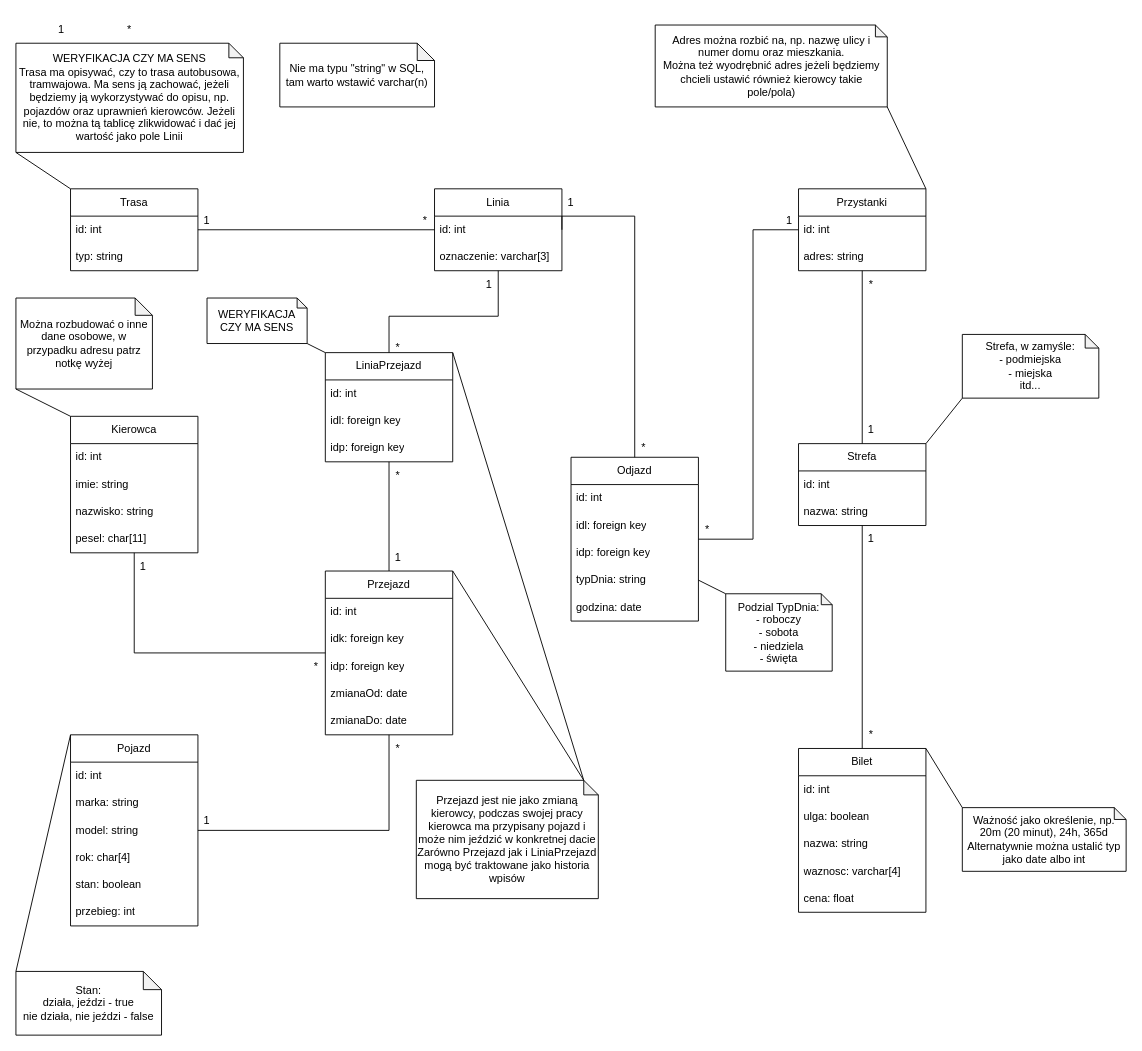
This is TableDiagram.drawio from Pietrzaaq/bus-base, a draw.io file, before an edit. Source tidied: cells renumbered, new cells numbered last; positions are measured from the earlier drawing's top-left corner, leaving out a move shared by most shapes. Both pictures are drawn from the tidied source at 91%, with x=0, y=0 at pixel (15, 15).
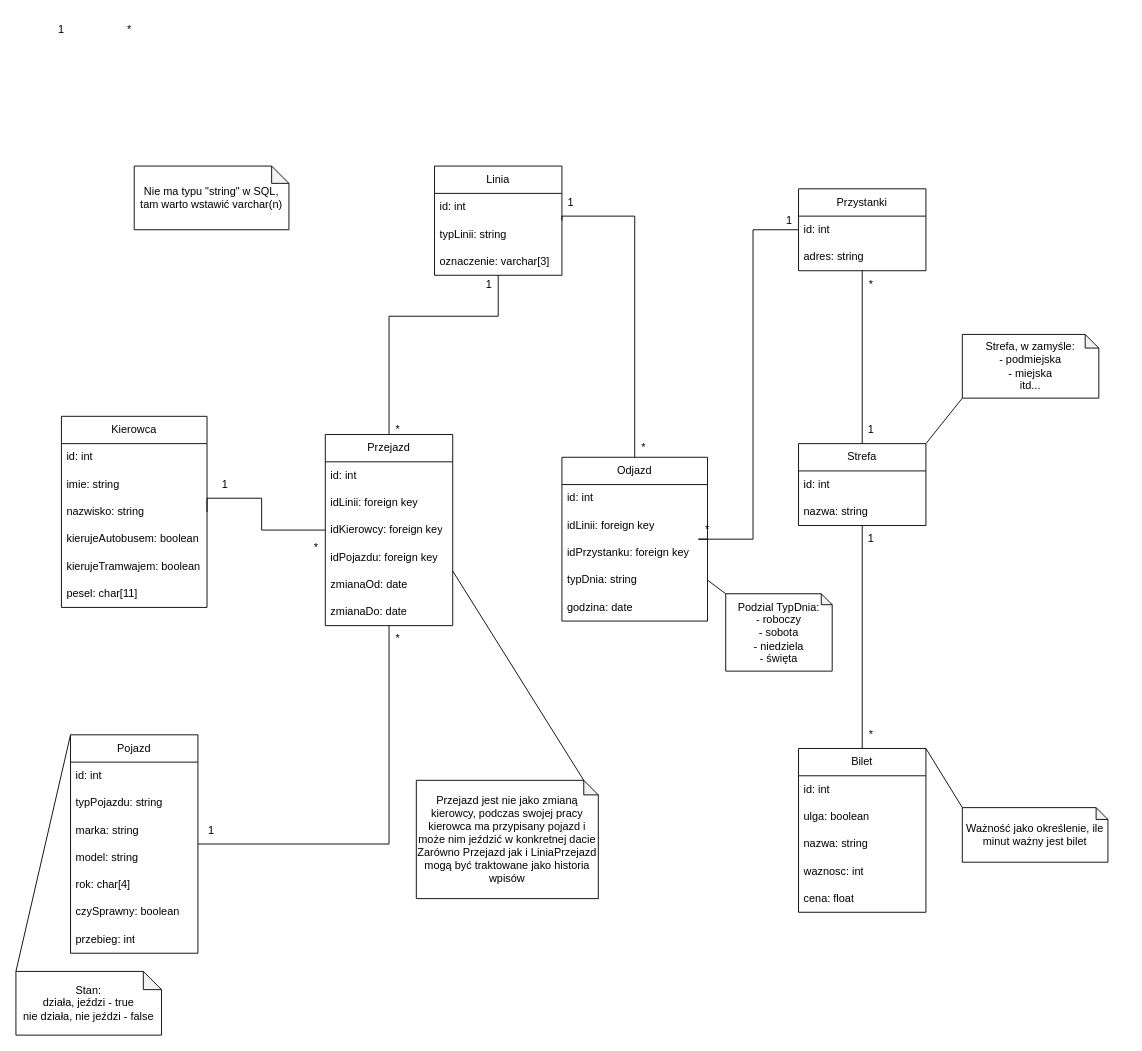
Above is the later version.

Commit message (it also covers changes not shown here):
fixup! doc: table diagram

Unchanged cells that the change refers to:
```xml
<mxCell id="12" value="Przystanki" style="swimlane;fontStyle=0;horizontal=1;startSize=30;whiteSpace=wrap;html=1;" parent="1" vertex="1">
  <mxGeometry x="860" y="190" width="140" height="90" as="geometry" />
</mxCell>
<mxCell id="23" value="Bilet" style="swimlane;fontStyle=0;horizontal=1;startSize=30;whiteSpace=wrap;html=1;" parent="1" vertex="1">
  <mxGeometry x="860" y="805" width="140" height="180" as="geometry" />
</mxCell>
<mxCell id="86" value="Przejazd jest nie jako zmianą kierowcy, podczas swojej pracy kierowca ma przypisany pojazd i może nim jeździć w konkretnej dacie&lt;br&gt;Zarówno Przejazd jak i LiniaPrzejazd mogą być traktowane jako historia wpisów" style="shape=note;whiteSpace=wrap;html=1;backgroundOutline=1;darkOpacity=0.05;size=16;" parent="1" vertex="1">
  <mxGeometry x="440" y="840" width="200" height="130" as="geometry" />
</mxCell>
```

Change to the diagram source:
```diff
@@
     <mxCell id="2" value="Linia" style="swimlane;fontStyle=0;horizontal=1;startSize=30;whiteSpace=wrap;html=1;" parent="1" vertex="1">
-      <mxGeometry x="460" y="190" width="140" height="90" as="geometry" />
+      <mxGeometry x="460" y="165" width="140" height="120" as="geometry" />
     </mxCell>
@@
+    <mxCell id="7" value="typLinii: string" style="text;strokeColor=none;fillColor=none;align=left;verticalAlign=middle;spacingLeft=4;spacingRight=4;overflow=hidden;whiteSpace=wrap;html=1;" parent="2" vertex="1">
+      <mxGeometry y="60" width="140" height="30" as="geometry" />
+    </mxCell>
     <mxCell id="4" value="oznaczenie: varchar[3]" style="text;strokeColor=none;fillColor=none;align=left;verticalAlign=middle;spacingLeft=4;spacingRight=4;overflow=hidden;whiteSpace=wrap;html=1;" parent="2" vertex="1">
-      <mxGeometry y="60" width="140" height="30" as="geometry" />
+      <mxGeometry y="90" width="140" height="30" as="geometry" />
     </mxCell>
-    <mxCell id="5" value="Trasa" style="swimlane;fontStyle=0;horizontal=1;startSize=30;whiteSpace=wrap;html=1;" parent="1" vertex="1">
-      <mxGeometry x="60" y="190" width="140" height="90" as="geometry" />
-    </mxCell>
-    <mxCell id="6" value="id: int" style="text;strokeColor=none;fillColor=none;align=left;verticalAlign=middle;spacingLeft=4;spacingRight=4;overflow=hidden;points=[[0,0.5],[1,0.5]];portConstraint=eastwest;whiteSpace=wrap;html=1;" parent="5" vertex="1">
-      <mxGeometry y="30" width="140" height="30" as="geometry" />
-    </mxCell>
-    <mxCell id="7" value="typ: string" style="text;strokeColor=none;fillColor=none;align=left;verticalAlign=middle;spacingLeft=4;spacingRight=4;overflow=hidden;whiteSpace=wrap;html=1;" parent="5" vertex="1">
-      <mxGeometry y="60" width="140" height="30" as="geometry" />
-    </mxCell>
     <mxCell id="8" value="Nie ma typu &quot;string&quot; w SQL, tam warto wstawić varchar(n)" style="shape=note;whiteSpace=wrap;html=1;backgroundOutline=1;darkOpacity=0.05;size=19;" parent="1" vertex="1">
-      <mxGeometry x="290" y="30" width="170" height="70" as="geometry" />
+      <mxGeometry x="130" y="165" width="170" height="70" as="geometry" />
     </mxCell>
-    <mxCell id="9" style="edgeStyle=orthogonalEdgeStyle;rounded=0;jettySize=auto;html=1;endArrow=none;endFill=0;exitX=0;exitY=0.5;exitDx=0;exitDy=0;" parent="1" edge="1" source="2" target="6">
-      <mxGeometry relative="1" as="geometry" />
-    </mxCell>
@@
-    <mxCell id="15" value="Adres można rozbić na, np. nazwę ulicy i numer domu oraz mieszkania.&lt;br&gt;Można też wyodrębnić adres jeżeli będziemy chcieli ustawić również kierowcy takie pole/pola)" style="shape=note;whiteSpace=wrap;html=1;backgroundOutline=1;darkOpacity=0.05;size=13;" parent="1" vertex="1">
-      <mxGeometry x="702.5" y="10" width="255" height="90" as="geometry" />
-    </mxCell>
-    <mxCell id="16" style="endArrow=none;html=1;rounded=0;entryX=1;entryY=1;entryDx=0;entryDy=0;entryPerimeter=0;exitX=1;exitY=0;exitDx=0;exitDy=0;" parent="1" edge="1" source="12" target="15">
-      <mxGeometry relative="1" as="geometry" />
-    </mxCell>
@@
-    <mxCell id="27" value="waznosc: varchar[4]" style="text;strokeColor=none;fillColor=none;align=left;verticalAlign=middle;spacingLeft=4;spacingRight=4;overflow=hidden;whiteSpace=wrap;html=1;" parent="23" vertex="1">
+    <mxCell id="27" value="waznosc: int" style="text;strokeColor=none;fillColor=none;align=left;verticalAlign=middle;spacingLeft=4;spacingRight=4;overflow=hidden;whiteSpace=wrap;html=1;" parent="23" vertex="1">
       <mxGeometry y="120" width="140" height="30" as="geometry" />
     </mxCell>
@@
     <mxCell id="31" value="Kierowca" style="swimlane;fontStyle=0;horizontal=1;startSize=30;whiteSpace=wrap;html=1;" parent="1" vertex="1">
-      <mxGeometry x="60" y="440" width="140" height="150" as="geometry" />
+      <mxGeometry x="50" y="440" width="160" height="210" as="geometry" />
     </mxCell>
     <mxCell id="32" value="id: int" style="text;strokeColor=none;fillColor=none;align=left;verticalAlign=middle;spacingLeft=4;spacingRight=4;overflow=hidden;whiteSpace=wrap;html=1;" parent="31" vertex="1">
-      <mxGeometry y="30" width="140" height="30" as="geometry" />
+      <mxGeometry y="30" width="160" height="30" as="geometry" />
     </mxCell>
     <mxCell id="33" value="imie: string" style="text;strokeColor=none;fillColor=none;align=left;verticalAlign=middle;spacingLeft=4;spacingRight=4;overflow=hidden;whiteSpace=wrap;html=1;" parent="31" vertex="1">
-      <mxGeometry y="60" width="140" height="30" as="geometry" />
+      <mxGeometry y="60" width="160" height="30" as="geometry" />
     </mxCell>
     <mxCell id="34" value="nazwisko: string" style="text;strokeColor=none;fillColor=none;align=left;verticalAlign=middle;spacingLeft=4;spacingRight=4;overflow=hidden;whiteSpace=wrap;html=1;" parent="31" vertex="1">
-      <mxGeometry y="90" width="140" height="30" as="geometry" />
+      <mxGeometry y="90" width="160" height="30" as="geometry" />
     </mxCell>
+    <mxCell id="97" value="kierujeAutobusem: boolean" style="text;strokeColor=none;fillColor=none;align=left;verticalAlign=middle;spacingLeft=4;spacingRight=4;overflow=hidden;whiteSpace=wrap;html=1;" parent="31" vertex="1">
+      <mxGeometry y="120" width="160" height="30" as="geometry" />
+    </mxCell>
+    <mxCell id="98" value="kierujeTramwajem: boolean" style="text;strokeColor=none;fillColor=none;align=left;verticalAlign=middle;spacingLeft=4;spacingRight=4;overflow=hidden;whiteSpace=wrap;html=1;" parent="31" vertex="1">
+      <mxGeometry y="150" width="160" height="30" as="geometry" />
+    </mxCell>
     <mxCell id="35" value="pesel: char[11]" style="text;strokeColor=none;fillColor=none;align=left;verticalAlign=middle;spacingLeft=4;spacingRight=4;overflow=hidden;whiteSpace=wrap;html=1;" parent="31" vertex="1">
-      <mxGeometry y="120" width="140" height="30" as="geometry" />
+      <mxGeometry y="180" width="160" height="30" as="geometry" />
     </mxCell>
     <mxCell id="36" value="Pojazd" style="swimlane;fontStyle=0;horizontal=1;startSize=30;whiteSpace=wrap;html=1;" parent="1" vertex="1">
-      <mxGeometry x="60" y="790" width="140" height="210" as="geometry" />
+      <mxGeometry x="60" y="790" width="140" height="240" as="geometry" />
     </mxCell>
@@
+    <mxCell id="99" value="typPojazdu: string" style="text;strokeColor=none;fillColor=none;align=left;verticalAlign=middle;spacingLeft=4;spacingRight=4;overflow=hidden;whiteSpace=wrap;html=1;" parent="36" vertex="1">
+      <mxGeometry y="60" width="140" height="30" as="geometry" />
+    </mxCell>
     <mxCell id="38" value="marka: string" style="text;strokeColor=none;fillColor=none;align=left;verticalAlign=middle;spacingLeft=4;spacingRight=4;overflow=hidden;whiteSpace=wrap;html=1;" parent="36" vertex="1">
-      <mxGeometry y="60" width="140" height="30" as="geometry" />
+      <mxGeometry y="90" width="140" height="30" as="geometry" />
     </mxCell>
     <mxCell id="39" value="model: string" style="text;strokeColor=none;fillColor=none;align=left;verticalAlign=middle;spacingLeft=4;spacingRight=4;overflow=hidden;whiteSpace=wrap;html=1;" parent="36" vertex="1">
-      <mxGeometry y="90" width="140" height="30" as="geometry" />
+      <mxGeometry y="120" width="140" height="30" as="geometry" />
     </mxCell>
     <mxCell id="40" value="rok: char[4]" style="text;strokeColor=none;fillColor=none;align=left;verticalAlign=middle;spacingLeft=4;spacingRight=4;overflow=hidden;whiteSpace=wrap;html=1;" parent="36" vertex="1">
-      <mxGeometry y="120" width="140" height="30" as="geometry" />
+      <mxGeometry y="150" width="140" height="30" as="geometry" />
     </mxCell>
-    <mxCell id="41" value="stan: boolean" style="text;strokeColor=none;fillColor=none;align=left;verticalAlign=middle;spacingLeft=4;spacingRight=4;overflow=hidden;whiteSpace=wrap;html=1;" parent="36" vertex="1">
-      <mxGeometry y="150" width="140" height="30" as="geometry" />
+    <mxCell id="41" value="czySprawny: boolean" style="text;strokeColor=none;fillColor=none;align=left;verticalAlign=middle;spacingLeft=4;spacingRight=4;overflow=hidden;whiteSpace=wrap;html=1;" parent="36" vertex="1">
+      <mxGeometry y="180" width="140" height="30" as="geometry" />
     </mxCell>
     <mxCell id="42" value="przebieg: int" style="text;strokeColor=none;fillColor=none;align=left;verticalAlign=middle;spacingLeft=4;spacingRight=4;overflow=hidden;whiteSpace=wrap;html=1;" parent="36" vertex="1">
-      <mxGeometry y="180" width="140" height="30" as="geometry" />
+      <mxGeometry y="210" width="140" height="30" as="geometry" />
     </mxCell>
-    <mxCell id="43" style="edgeStyle=orthogonalEdgeStyle;rounded=0;jettySize=auto;html=1;endArrow=none;endFill=0;exitX=0.5;exitY=1;exitDx=0;exitDy=0;entryX=0.5;entryY=0;entryDx=0;entryDy=0;" parent="1" edge="1" source="50" target="44">
-      <mxGeometry relative="1" as="geometry" />
-    </mxCell>
     <mxCell id="44" value="Przejazd" style="swimlane;fontStyle=0;horizontal=1;startSize=30;whiteSpace=wrap;html=1;" parent="1" vertex="1">
-      <mxGeometry x="340" y="610" width="140" height="180" as="geometry" />
+      <mxGeometry x="340" y="460" width="140" height="210" as="geometry" />
     </mxCell>
@@
+    <mxCell id="52" value="idLinii: foreign key" style="text;strokeColor=none;fillColor=none;align=left;verticalAlign=middle;spacingLeft=4;spacingRight=4;overflow=hidden;whiteSpace=wrap;html=1;" parent="44" vertex="1">
+      <mxGeometry y="60" width="140" height="30" as="geometry" />
+    </mxCell>
-    <mxCell id="46" value="idk: foreign key" style="text;strokeColor=none;fillColor=none;align=left;verticalAlign=middle;spacingLeft=4;spacingRight=4;overflow=hidden;whiteSpace=wrap;html=1;" parent="44" vertex="1">
-      <mxGeometry y="60" width="140" height="30" as="geometry" />
+    <mxCell id="46" value="idKierowcy: foreign key" style="text;strokeColor=none;fillColor=none;align=left;verticalAlign=middle;spacingLeft=4;spacingRight=4;overflow=hidden;whiteSpace=wrap;html=1;" parent="44" vertex="1">
+      <mxGeometry y="90" width="140" height="30" as="geometry" />
     </mxCell>
-    <mxCell id="47" value="idp: foreign key" style="text;strokeColor=none;fillColor=none;align=left;verticalAlign=middle;spacingLeft=4;spacingRight=4;overflow=hidden;whiteSpace=wrap;html=1;" parent="44" vertex="1">
-      <mxGeometry y="90" width="140" height="30" as="geometry" />
+    <mxCell id="47" value="idPojazdu: foreign key" style="text;strokeColor=none;fillColor=none;align=left;verticalAlign=middle;spacingLeft=4;spacingRight=4;overflow=hidden;whiteSpace=wrap;html=1;" parent="44" vertex="1">
+      <mxGeometry y="120" width="140" height="30" as="geometry" />
     </mxCell>
     <mxCell id="48" value="zmianaOd: date" style="text;strokeColor=none;fillColor=none;align=left;verticalAlign=middle;spacingLeft=4;spacingRight=4;overflow=hidden;whiteSpace=wrap;html=1;" parent="44" vertex="1">
-      <mxGeometry y="120" width="140" height="30" as="geometry" />
+      <mxGeometry y="150" width="140" height="30" as="geometry" />
     </mxCell>
     <mxCell id="49" value="zmianaDo: date" style="text;strokeColor=none;fillColor=none;align=left;verticalAlign=middle;spacingLeft=4;spacingRight=4;overflow=hidden;whiteSpace=wrap;html=1;" parent="44" vertex="1">
-      <mxGeometry y="150" width="140" height="30" as="geometry" />
+      <mxGeometry y="180" width="140" height="30" as="geometry" />
     </mxCell>
-    <mxCell id="50" value="LiniaPrzejazd" style="swimlane;fontStyle=0;horizontal=1;startSize=30;whiteSpace=wrap;html=1;" parent="1" vertex="1">
-      <mxGeometry x="340" y="370" width="140" height="120" as="geometry" />
-    </mxCell>
-    <mxCell id="51" value="id: int" style="text;strokeColor=none;fillColor=none;align=left;verticalAlign=middle;spacingLeft=4;spacingRight=4;overflow=hidden;whiteSpace=wrap;html=1;" parent="50" vertex="1">
-      <mxGeometry y="30" width="140" height="30" as="geometry" />
-    </mxCell>
-    <mxCell id="52" value="idl: foreign key" style="text;strokeColor=none;fillColor=none;align=left;verticalAlign=middle;spacingLeft=4;spacingRight=4;overflow=hidden;whiteSpace=wrap;html=1;" parent="50" vertex="1">
-      <mxGeometry y="60" width="140" height="30" as="geometry" />
-    </mxCell>
-    <mxCell id="53" value="idp: foreign key" style="text;strokeColor=none;fillColor=none;align=left;verticalAlign=middle;spacingLeft=4;spacingRight=4;overflow=hidden;whiteSpace=wrap;html=1;" parent="50" vertex="1">
-      <mxGeometry y="90" width="140" height="30" as="geometry" />
-    </mxCell>
     <mxCell id="54" value="Odjazd" style="swimlane;fontStyle=0;horizontal=1;startSize=30;whiteSpace=wrap;html=1;" parent="1" vertex="1">
-      <mxGeometry x="610" y="485" width="140" height="180" as="geometry" />
+      <mxGeometry x="600" y="485" width="160" height="180" as="geometry" />
     </mxCell>
     <mxCell id="55" value="id: int" style="text;strokeColor=none;fillColor=none;align=left;verticalAlign=middle;spacingLeft=4;spacingRight=4;overflow=hidden;whiteSpace=wrap;html=1;" parent="54" vertex="1">
-      <mxGeometry y="30" width="140" height="30" as="geometry" />
+      <mxGeometry y="30" width="160" height="30" as="geometry" />
     </mxCell>
-    <mxCell id="56" value="idl: foreign key" style="text;strokeColor=none;fillColor=none;align=left;verticalAlign=middle;spacingLeft=4;spacingRight=4;overflow=hidden;whiteSpace=wrap;html=1;" parent="54" vertex="1">
-      <mxGeometry y="60" width="140" height="30" as="geometry" />
+    <mxCell id="56" value="idLinii: foreign key" style="text;strokeColor=none;fillColor=none;align=left;verticalAlign=middle;spacingLeft=4;spacingRight=4;overflow=hidden;whiteSpace=wrap;html=1;" parent="54" vertex="1">
+      <mxGeometry y="60" width="160" height="30" as="geometry" />
     </mxCell>
-    <mxCell id="57" value="idp: foreign key" style="text;strokeColor=none;fillColor=none;align=left;verticalAlign=middle;spacingLeft=4;spacingRight=4;overflow=hidden;whiteSpace=wrap;html=1;" parent="54" vertex="1">
-      <mxGeometry y="90" width="140" height="30" as="geometry" />
+    <mxCell id="57" value="idPrzystanku: foreign key" style="text;strokeColor=none;fillColor=none;align=left;verticalAlign=middle;spacingLeft=4;spacingRight=4;overflow=hidden;whiteSpace=wrap;html=1;" parent="54" vertex="1">
+      <mxGeometry y="90" width="160" height="30" as="geometry" />
     </mxCell>
     <mxCell id="58" value="typDnia: string" style="text;strokeColor=none;fillColor=none;align=left;verticalAlign=middle;spacingLeft=4;spacingRight=4;overflow=hidden;points=[[0,0.5],[1,0.5]];portConstraint=eastwest;whiteSpace=wrap;html=1;" parent="54" vertex="1">
-      <mxGeometry y="120" width="140" height="30" as="geometry" />
+      <mxGeometry y="120" width="160" height="30" as="geometry" />
     </mxCell>
     <mxCell id="59" value="godzina: date" style="text;strokeColor=none;fillColor=none;align=left;verticalAlign=middle;spacingLeft=4;spacingRight=4;overflow=hidden;whiteSpace=wrap;html=1;" parent="54" vertex="1">
-      <mxGeometry y="150" width="140" height="30" as="geometry" />
+      <mxGeometry y="150" width="160" height="30" as="geometry" />
     </mxCell>
-    <mxCell id="60" value="WERYFIKACJA CZY MA SENS&lt;br&gt;Trasa ma opisywać, czy to trasa autobusowa, tramwajowa. Ma sens ją zachować, jeżeli będziemy ją wykorzystywać do opisu, np. pojazdów oraz uprawnień kierowców. Jeżeli nie, to można tą tablicę zlikwidować i dać jej wartość jako pole Linii" style="shape=note;whiteSpace=wrap;html=1;backgroundOutline=1;darkOpacity=0.05;size=16;" parent="1" vertex="1">
-      <mxGeometry y="30" width="250" height="120" as="geometry" />
-    </mxCell>
-    <mxCell id="61" style="edgeStyle=orthogonalEdgeStyle;rounded=0;jettySize=auto;html=1;endArrow=none;endFill=0;entryX=0.5;entryY=1;entryDx=0;entryDy=0;exitX=0;exitY=0.5;exitDx=0;exitDy=0;" parent="1" edge="1" source="44" target="31">
-      <mxGeometry relative="1" as="geometry" />
+    <mxCell id="61" style="edgeStyle=orthogonalEdgeStyle;rounded=0;jettySize=auto;html=1;endArrow=none;endFill=0;entryX=1;entryY=0.5;entryDx=0;entryDy=0;exitX=0;exitY=0.5;exitDx=0;exitDy=0;" parent="1" edge="1" source="44" target="31">
+      <mxGeometry relative="1" as="geometry">
+        <Array as="points">
+          <mxPoint x="270" y="565" />
+          <mxPoint x="270" y="530" />
+        </Array>
+      </mxGeometry>
     </mxCell>
@@
-    <mxCell id="65" style="edgeStyle=orthogonalEdgeStyle;rounded=0;jettySize=auto;html=1;endArrow=none;endFill=0;exitX=0.5;exitY=1;exitDx=0;exitDy=0;entryX=0.5;entryY=0;entryDx=0;entryDy=0;" parent="1" edge="1" source="2" target="50">
+    <mxCell id="65" style="edgeStyle=orthogonalEdgeStyle;rounded=0;jettySize=auto;html=1;endArrow=none;endFill=0;exitX=0.5;exitY=1;exitDx=0;exitDy=0;entryX=0.5;entryY=0;entryDx=0;entryDy=0;" parent="1" edge="1" source="2" target="44">
       <mxGeometry relative="1" as="geometry">
         <Array as="points">
           <mxPoint x="530" y="330" />
           <mxPoint x="410" y="330" />
         </Array>
       </mxGeometry>
     </mxCell>
@@
-    <mxCell id="67" value="1" style="text;html=1;strokeColor=none;fillColor=none;align=center;verticalAlign=middle;whiteSpace=wrap;rounded=0;" parent="1" vertex="1">
-      <mxGeometry x="180" y="210" width="60" height="30" as="geometry" />
-    </mxCell>
-    <mxCell id="68" value="*" style="text;html=1;strokeColor=none;fillColor=none;align=center;verticalAlign=middle;whiteSpace=wrap;rounded=0;" parent="1" vertex="1">
-      <mxGeometry x="420" y="210" width="60" height="30" as="geometry" />
-    </mxCell>
-    <mxCell id="69" value="*" style="text;html=1;strokeColor=none;fillColor=none;align=center;verticalAlign=middle;whiteSpace=wrap;rounded=0;" parent="1" vertex="1">
-      <mxGeometry x="390" y="350" width="60" height="30" as="geometry" />
-    </mxCell>
@@
-    <mxCell id="71" value="1" style="text;html=1;strokeColor=none;fillColor=none;align=center;verticalAlign=middle;whiteSpace=wrap;rounded=0;" parent="1" vertex="1">
-      <mxGeometry x="390" y="580" width="60" height="30" as="geometry" />
-    </mxCell>
@@
     <mxCell id="74" value="1" style="text;html=1;strokeColor=none;fillColor=none;align=center;verticalAlign=middle;whiteSpace=wrap;rounded=0;" parent="1" vertex="1">
-      <mxGeometry x="110" y="590" width="60" height="30" as="geometry" />
+      <mxGeometry x="200" y="500" width="60" height="30" as="geometry" />
     </mxCell>
     <mxCell id="75" value="*" style="text;html=1;strokeColor=none;fillColor=none;align=center;verticalAlign=middle;whiteSpace=wrap;rounded=0;" parent="1" vertex="1">
-      <mxGeometry x="300" y="700" width="60" height="30" as="geometry" />
+      <mxGeometry x="320" y="570" width="20" height="30" as="geometry" />
     </mxCell>
     <mxCell id="76" value="*" style="text;html=1;strokeColor=none;fillColor=none;align=center;verticalAlign=middle;whiteSpace=wrap;rounded=0;" parent="1" vertex="1">
-      <mxGeometry x="390" y="490" width="60" height="30" as="geometry" />
+      <mxGeometry x="390" y="440" width="60" height="30" as="geometry" />
     </mxCell>
     <mxCell id="77" value="1" style="text;html=1;strokeColor=none;fillColor=none;align=center;verticalAlign=middle;whiteSpace=wrap;rounded=0;" parent="1" vertex="1">
-      <mxGeometry x="180" y="870" width="60" height="30" as="geometry" />
+      <mxGeometry x="185" y="880" width="60" height="30" as="geometry" />
     </mxCell>
@@
     <mxCell id="80" value="*" style="text;html=1;strokeColor=none;fillColor=none;align=center;verticalAlign=middle;whiteSpace=wrap;rounded=0;" parent="1" vertex="1">
-      <mxGeometry x="390" y="790" width="60" height="30" as="geometry" />
+      <mxGeometry x="390" y="670" width="60" height="30" as="geometry" />
     </mxCell>
-    <mxCell id="81" style="endArrow=none;html=1;rounded=0;entryX=0;entryY=1;entryDx=0;entryDy=0;entryPerimeter=0;exitX=0;exitY=0;exitDx=0;exitDy=0;" parent="1" edge="1" source="5" target="60">
-      <mxGeometry relative="1" as="geometry" />
-    </mxCell>
-    <mxCell id="82" value="Można rozbudować o inne dane osobowe, w przypadku adresu patrz notkę wyżej" style="shape=note;whiteSpace=wrap;html=1;backgroundOutline=1;darkOpacity=0.05;size=19;" parent="1" vertex="1">
-      <mxGeometry y="310" width="150" height="100" as="geometry" />
-    </mxCell>
-    <mxCell id="83" style="endArrow=none;html=1;rounded=0;entryX=0;entryY=1;entryDx=0;entryDy=0;entryPerimeter=0;exitX=0;exitY=0;exitDx=0;exitDy=0;" parent="1" edge="1" source="31" target="82">
-      <mxGeometry relative="1" as="geometry" />
-    </mxCell>
@@
-    <mxCell id="88" style="endArrow=none;html=1;rounded=0;entryX=1;entryY=0;entryDx=0;entryDy=0;exitX=0;exitY=0;exitDx=184;exitDy=0;exitPerimeter=0;" parent="1" edge="1" source="86" target="50">
-      <mxGeometry relative="1" as="geometry" />
-    </mxCell>
@@
-    <mxCell id="93" value="Ważność jako określenie, np. 20m (20 minut), 24h, 365d&lt;br&gt;Alternatywnie można ustalić typ jako date albo int" style="shape=note;whiteSpace=wrap;html=1;backgroundOutline=1;darkOpacity=0.05;size=13;" parent="1" vertex="1">
-      <mxGeometry x="1040" y="870" width="180" height="70" as="geometry" />
+    <mxCell id="93" value="Ważność jako określenie, ile minut ważny jest bilet" style="shape=note;whiteSpace=wrap;html=1;backgroundOutline=1;darkOpacity=0.05;size=13;" parent="1" vertex="1">
+      <mxGeometry x="1040" y="870" width="160" height="60" as="geometry" />
     </mxCell>
@@
-    <mxCell id="95" value="WERYFIKACJA CZY MA SENS&lt;br&gt;" style="shape=note;whiteSpace=wrap;html=1;backgroundOutline=1;darkOpacity=0.05;size=11;" parent="1" vertex="1">
-      <mxGeometry x="210" y="310" width="110" height="50" as="geometry" />
-    </mxCell>
-    <mxCell id="96" style="endArrow=none;html=1;rounded=0;entryX=1;entryY=1;entryDx=0;entryDy=0;entryPerimeter=0;exitX=0;exitY=0;exitDx=0;exitDy=0;" parent="1" edge="1" source="50" target="95">
-      <mxGeometry relative="1" as="geometry" />
-    </mxCell>
```
